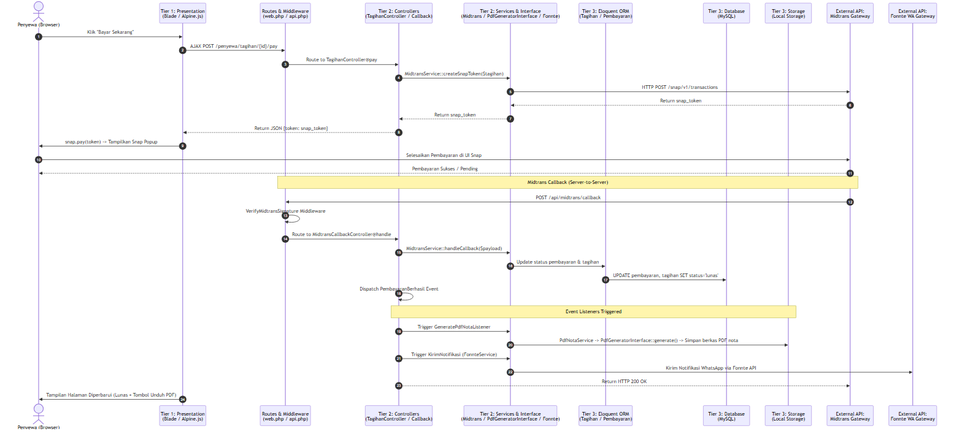
Above: Blueprint/component/component_payment_sequence.png in rafifarsyapradiva/asri-boarding-house (Mermaid), before the change. Its source is kept beside it as Blueprint/component/component_payment_sequence.mmd.
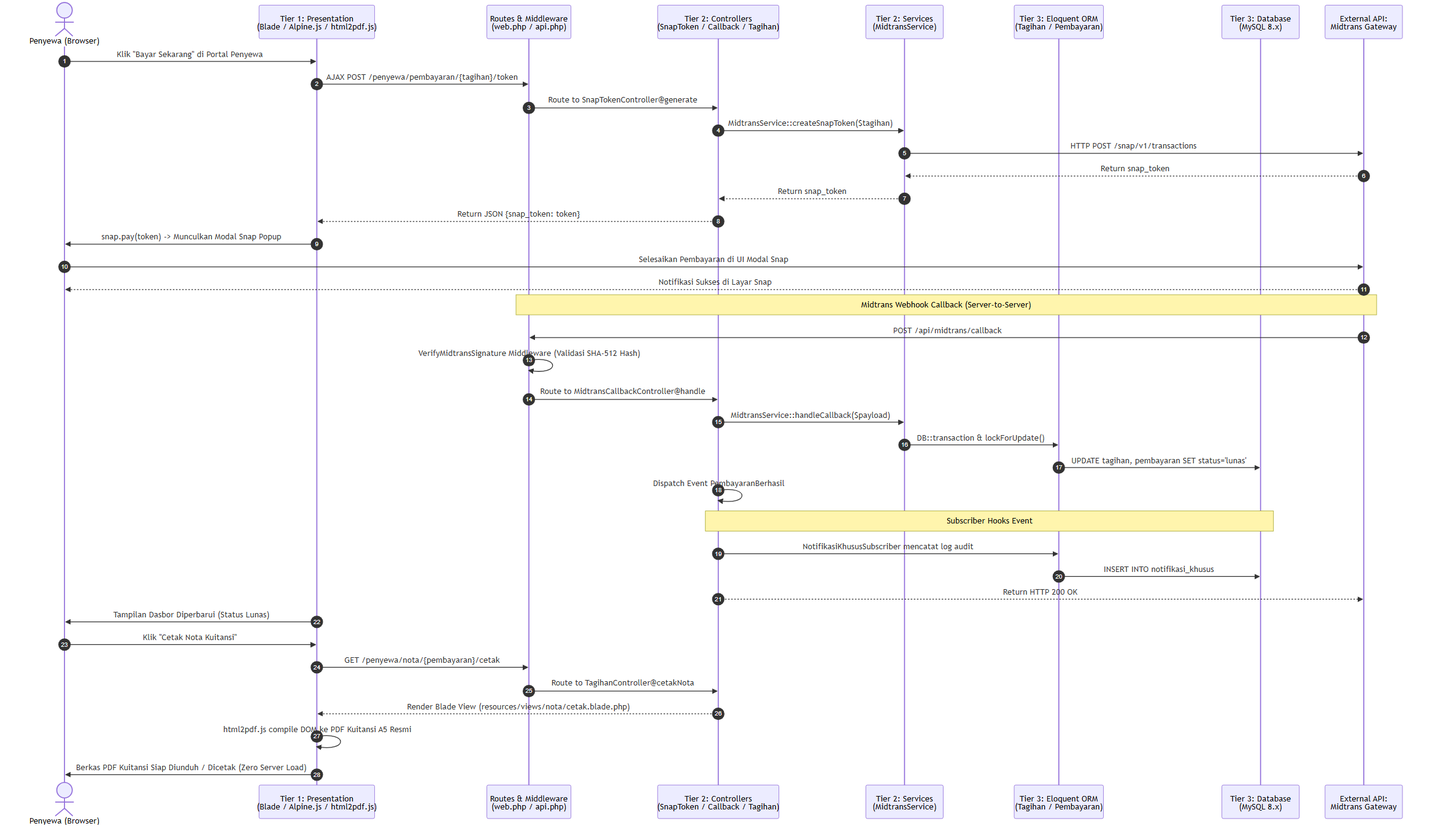
The same diagram one commit later.

Diff of the diagram source:
```diff
@@ -1,44 +1,45 @@
 sequenceDiagram
     autonumber
     actor Tenant as Penyewa (Browser)
-    participant Tier1 as Tier 1: Presentation<br/>(Blade / Alpine.js)
+    participant Tier1 as Tier 1: Presentation<br/>(Blade / Alpine.js / html2pdf.js)
     participant Routes as Routes & Middleware<br/>(web.php / api.php)
-    participant Controller as Tier 2: Controllers<br/>(TagihanController / Callback)
-    participant Service as Tier 2: Services & Interface<br/>(Midtrans / PdfGeneratorInterface / Fonnte)
+    participant Controller as Tier 2: Controllers<br/>(SnapToken / Callback / Tagihan)
+    participant Service as Tier 2: Services<br/>(MidtransService)
     participant Model as Tier 3: Eloquent ORM<br/>(Tagihan / Pembayaran)
-    participant DB as Tier 3: Database<br/>(MySQL)
-    participant Disk as Tier 3: Storage<br/>(Local Storage)
+    participant DB as Tier 3: Database<br/>(MySQL 8.x)
     participant Midtrans as External API:<br/>Midtrans Gateway
-    participant Fonnte as External API:<br/>Fonnte WA Gateway
 
-    Tenant->>Tier1: Klik "Bayar Sekarang"
-    Tier1->>Routes: AJAX POST /penyewa/tagihan/{id}/pay
-    Routes->>Controller: Route to TagihanController@pay
+    Tenant->>Tier1: Klik "Bayar Sekarang" di Portal Penyewa
+    Tier1->>Routes: AJAX POST /penyewa/pembayaran/{tagihan}/token
+    Routes->>Controller: Route to SnapTokenController@generate
     Controller->>Service: MidtransService::createSnapToken($tagihan)
     Service->>Midtrans: HTTP POST /snap/v1/transactions
     Midtrans-->>Service: Return snap_token
     Service-->>Controller: Return snap_token
-    Controller-->>Tier1: Return JSON {token: snap_token}
-    Tier1->>Tenant: snap.pay(token) -> Tampilkan Snap Popup
+    Controller-->>Tier1: Return JSON {snap_token: token}
+    Tier1->>Tenant: snap.pay(token) -> Munculkan Modal Snap Popup
 
-    Tenant->>Midtrans: Selesaikan Pembayaran di UI Snap
-    Midtrans-->>Tenant: Pembayaran Sukses / Pending
-    Note over Midtrans, Routes: Midtrans Callback (Server-to-Server)
+    Tenant->>Midtrans: Selesaikan Pembayaran di UI Modal Snap
+    Midtrans-->>Tenant: Notifikasi Sukses di Layar Snap
+    Note over Midtrans, Routes: Midtrans Webhook Callback (Server-to-Server)
     Midtrans->>Routes: POST /api/midtrans/callback
-    Routes->>Routes: VerifyMidtransSignature Middleware
+    Routes->>Routes: VerifyMidtransSignature Middleware (Validasi SHA-512 Hash)
     Routes->>Controller: Route to MidtransCallbackController@handle
     Controller->>Service: MidtransService::handleCallback($payload)
 
-    Service->>Model: Update status pembayaran & tagihan
-    Model->>DB: UPDATE pembayaran, tagihan SET status='lunas'
-    Controller->>Controller: Dispatch PembayaranBerhasil Event
+    Service->>Model: DB::transaction & lockForUpdate()
+    Model->>DB: UPDATE tagihan, pembayaran SET status='lunas'
+    Controller->>Controller: Dispatch Event PembayaranBerhasil
 
-    Note over Controller, Disk: Event Listeners Triggered
-    Controller->>Service: Trigger GeneratePdfNotaListener
-    Service->>Disk: PdfNotaService -> PdfGeneratorInterface::generate() -> Simpan berkas PDF nota
-    Controller->>Service: Trigger KirimNotifikasi (FonnteService)
-    Service->>Fonnte: Kirim Notifikasi WhatsApp via Fonnte API
-
+    Note over Controller, DB: Subscriber Hooks Event
+    Controller->>Model: NotifikasiKhususSubscriber mencatat log audit
+    Model->>DB: INSERT INTO notifikasi_khusus
     Controller-->>Midtrans: Return HTTP 200 OK
 
-    Tier1->>Tenant: Tampilan Halaman Diperbarui (Lunas + Tombol Unduh PDF)
+    Tier1->>Tenant: Tampilan Dasbor Diperbarui (Status Lunas)
+    Tenant->>Tier1: Klik "Cetak Nota Kuitansi"
+    Tier1->>Routes: GET /penyewa/nota/{pembayaran}/cetak
+    Routes->>Controller: Route to TagihanController@cetakNota
+    Controller-->>Tier1: Render Blade View (resources/views/nota/cetak.blade.php)
+    Tier1->>Tier1: html2pdf.js compile DOM ke PDF Kuitansi A5 Resmi
+    Tier1->>Tenant: Berkas PDF Kuitansi Siap Diunduh / Dicetak (Zero Server Load)
```
